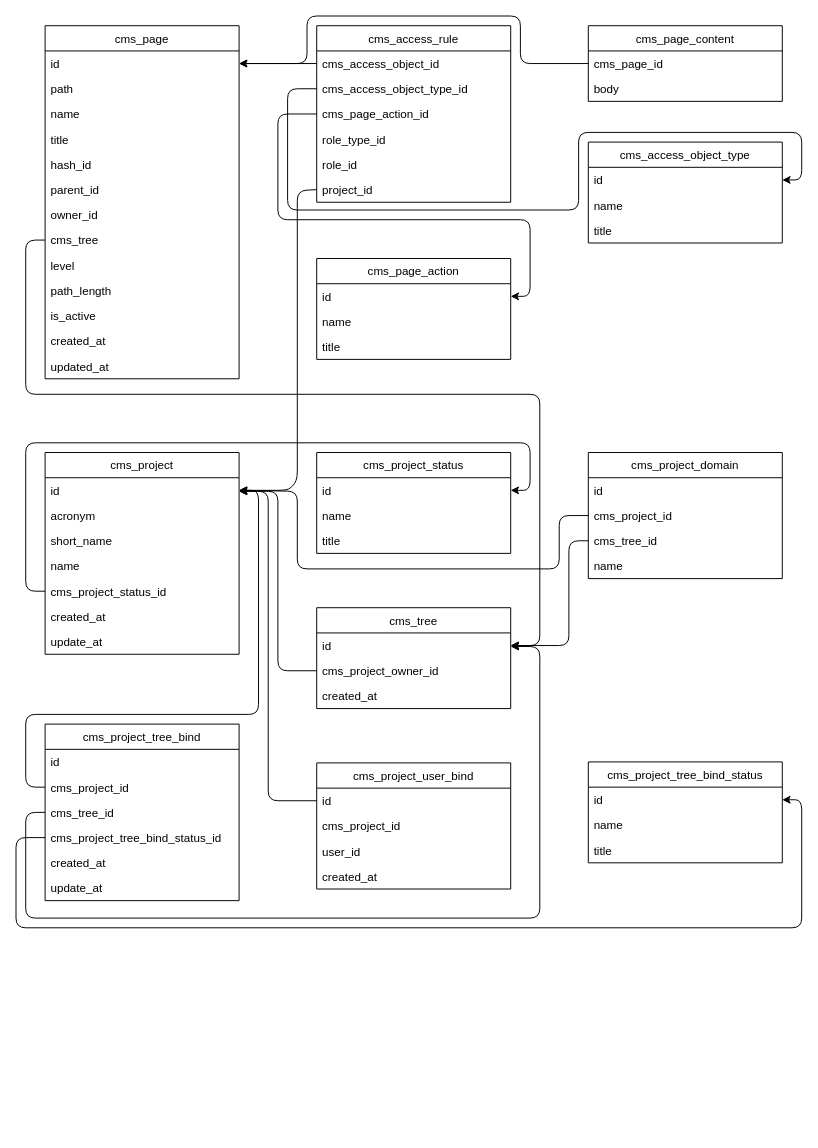
Above: Untitled Diagram.drawio in snu1743/yii2-flcms (draw.io), before the change. Source tidied: cells renumbered, new cells numbered last; positions are measured from the earlier drawing's top-left corner, leaving out a move shared by most shapes. Both pictures are drawn from the tidied source at 97%, with x=0, y=0 at pixel (16, 16).
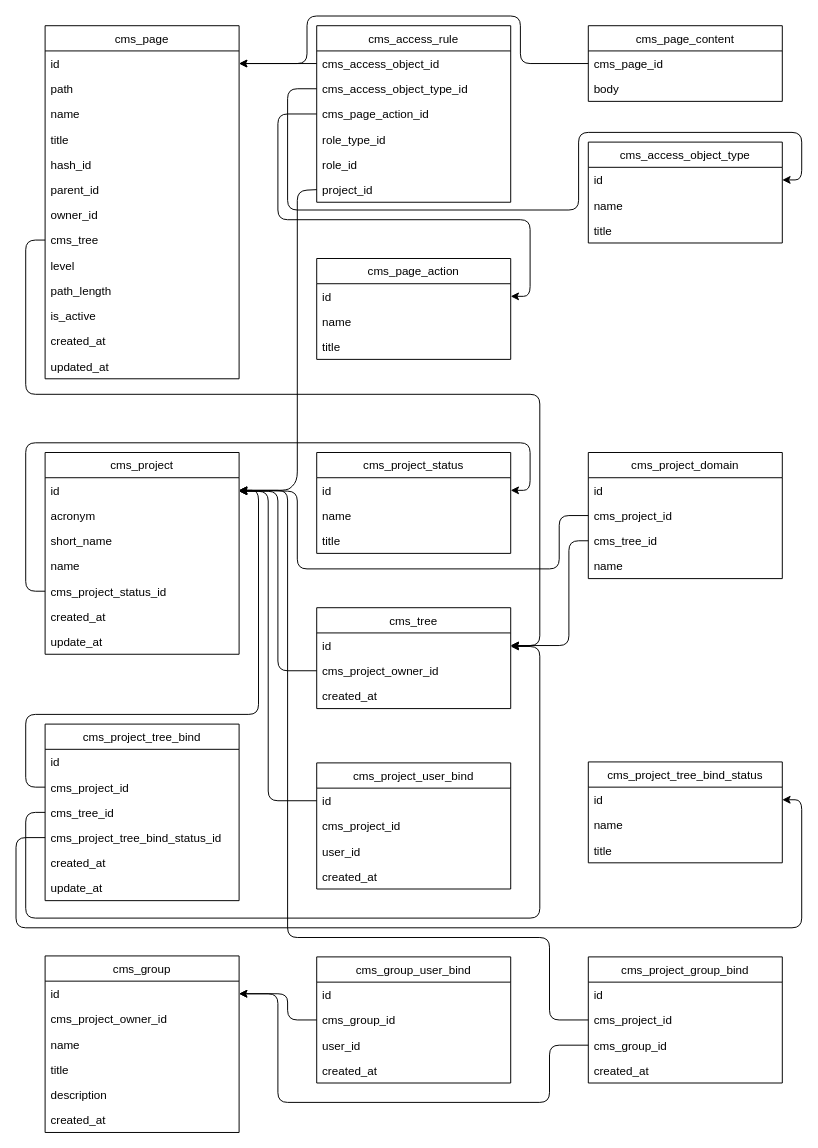
After the change.

Unchanged cells that the change refers to:
```xml
<mxCell id="39" value="id" style="text;strokeColor=none;fillColor=none;align=left;verticalAlign=top;spacingLeft=4;spacingRight=4;overflow=hidden;points=[[0,0.5],[1,0.5]];portConstraint=eastwest;" parent="38" vertex="1">
  <mxGeometry y="26" width="200" height="26" as="geometry" />
</mxCell>
```

The edit, as a diff of the source:
```diff
@@
+    <mxCell id="85" value="cms_group_user_bind" style="swimlane;fontStyle=0;horizontal=1;startSize=26;" parent="1" vertex="1">
+      <mxGeometry x="310" y="970" width="200" height="130" as="geometry" />
+    </mxCell>
+    <mxCell id="86" value="id" style="text;strokeColor=none;fillColor=none;align=left;verticalAlign=top;spacingLeft=4;spacingRight=4;overflow=hidden;" parent="85" vertex="1">
+      <mxGeometry y="26" width="200" height="26" as="geometry" />
+    </mxCell>
+    <mxCell id="87" value="cms_group_id" style="text;strokeColor=none;fillColor=none;align=left;verticalAlign=top;spacingLeft=4;spacingRight=4;overflow=hidden;points=[[0,0.5],[1,0.5]];portConstraint=eastwest;" parent="85" vertex="1">
+      <mxGeometry y="52" width="200" height="26" as="geometry" />
+    </mxCell>
+    <mxCell id="88" value="user_id" style="text;strokeColor=none;fillColor=none;align=left;verticalAlign=top;spacingLeft=4;spacingRight=4;overflow=hidden;" parent="85" vertex="1">
+      <mxGeometry y="78" width="200" height="26" as="geometry" />
+    </mxCell>
+    <mxCell id="89" value="created_at" style="text;strokeColor=none;fillColor=none;align=left;verticalAlign=top;spacingLeft=4;spacingRight=4;overflow=hidden;" parent="85" vertex="1">
+      <mxGeometry y="104" width="200" height="26" as="geometry" />
+    </mxCell>
+    <mxCell id="90" value="cms_project_group_bind" style="swimlane;fontStyle=0;horizontal=1;startSize=26;" parent="1" vertex="1">
+      <mxGeometry x="590" y="970" width="200" height="130" as="geometry" />
+    </mxCell>
+    <mxCell id="91" value="id" style="text;strokeColor=none;fillColor=none;align=left;verticalAlign=top;spacingLeft=4;spacingRight=4;overflow=hidden;" parent="90" vertex="1">
+      <mxGeometry y="26" width="200" height="26" as="geometry" />
+    </mxCell>
+    <mxCell id="92" value="cms_project_id" style="text;strokeColor=none;fillColor=none;align=left;verticalAlign=top;spacingLeft=4;spacingRight=4;overflow=hidden;points=[[0,0.5],[1,0.5]];portConstraint=eastwest;" parent="90" vertex="1">
+      <mxGeometry y="52" width="200" height="26" as="geometry" />
+    </mxCell>
+    <mxCell id="93" value="cms_group_id" style="text;strokeColor=none;fillColor=none;align=left;verticalAlign=top;spacingLeft=4;spacingRight=4;overflow=hidden;points=[[0,0.5],[1,0.5]];portConstraint=eastwest;" parent="90" vertex="1">
+      <mxGeometry y="78" width="200" height="26" as="geometry" />
+    </mxCell>
+    <mxCell id="94" value="created_at" style="text;strokeColor=none;fillColor=none;align=left;verticalAlign=top;spacingLeft=4;spacingRight=4;overflow=hidden;" parent="90" vertex="1">
+      <mxGeometry y="104" width="200" height="26" as="geometry" />
+    </mxCell>
+    <mxCell id="95" value="cms_group" style="swimlane;fontStyle=0;horizontal=1;startSize=26;" parent="1" vertex="1">
+      <mxGeometry x="30" y="969" width="200" height="182" as="geometry" />
+    </mxCell>
+    <mxCell id="96" value="id" style="text;strokeColor=none;fillColor=none;align=left;verticalAlign=top;spacingLeft=4;spacingRight=4;overflow=hidden;points=[[0,0.5],[1,0.5]];portConstraint=eastwest;" parent="95" vertex="1">
+      <mxGeometry y="26" width="200" height="26" as="geometry" />
+    </mxCell>
+    <mxCell id="97" value="cms_project_owner_id" style="text;strokeColor=none;fillColor=none;align=left;verticalAlign=top;spacingLeft=4;spacingRight=4;overflow=hidden;" parent="95" vertex="1">
+      <mxGeometry y="52" width="200" height="26" as="geometry" />
+    </mxCell>
+    <mxCell id="98" value="name" style="text;strokeColor=none;fillColor=none;align=left;verticalAlign=top;spacingLeft=4;spacingRight=4;overflow=hidden;" parent="95" vertex="1">
+      <mxGeometry y="78" width="200" height="26" as="geometry" />
+    </mxCell>
+    <mxCell id="99" value="title" style="text;strokeColor=none;fillColor=none;align=left;verticalAlign=top;spacingLeft=4;spacingRight=4;overflow=hidden;" parent="95" vertex="1">
+      <mxGeometry y="104" width="200" height="26" as="geometry" />
+    </mxCell>
+    <mxCell id="100" value="description" style="text;strokeColor=none;fillColor=none;align=left;verticalAlign=top;spacingLeft=4;spacingRight=4;overflow=hidden;" parent="95" vertex="1">
+      <mxGeometry y="130" width="200" height="26" as="geometry" />
+    </mxCell>
+    <mxCell id="101" value="created_at" style="text;strokeColor=none;fillColor=none;align=left;verticalAlign=top;spacingLeft=4;spacingRight=4;overflow=hidden;" parent="95" vertex="1">
+      <mxGeometry y="156" width="200" height="26" as="geometry" />
+    </mxCell>
@@
+    <mxCell id="102" style="endArrow=classic;html=1;exitX=0;exitY=0.5;exitDx=0;exitDy=0;entryX=1;entryY=0.5;entryDx=0;entryDy=0;" parent="1" edge="1" source="92" target="39">
+      <mxGeometry relative="1" as="geometry">
+        <Array as="points">
+          <mxPoint x="550" y="1035" />
+          <mxPoint x="550" y="950" />
+          <mxPoint x="280" y="950" />
+          <mxPoint x="280" y="489" />
+        </Array>
+      </mxGeometry>
+    </mxCell>
+    <mxCell id="103" style="endArrow=classic;html=1;exitX=0;exitY=0.5;exitDx=0;exitDy=0;entryX=1;entryY=0.5;entryDx=0;entryDy=0;" parent="1" edge="1" source="93" target="96">
+      <mxGeometry relative="1" as="geometry">
+        <Array as="points">
+          <mxPoint x="550" y="1061" />
+          <mxPoint x="550" y="1120" />
+          <mxPoint x="270" y="1120" />
+          <mxPoint x="270" y="1008" />
+        </Array>
+      </mxGeometry>
+    </mxCell>
+    <mxCell id="104" style="endArrow=classic;html=1;exitX=0;exitY=0.5;exitDx=0;exitDy=0;entryX=1;entryY=0.5;entryDx=0;entryDy=0;" parent="1" edge="1" source="87" target="96">
+      <mxGeometry relative="1" as="geometry">
+        <Array as="points">
+          <mxPoint x="280" y="1035" />
+          <mxPoint x="280" y="1008" />
+        </Array>
+      </mxGeometry>
+    </mxCell>
```
